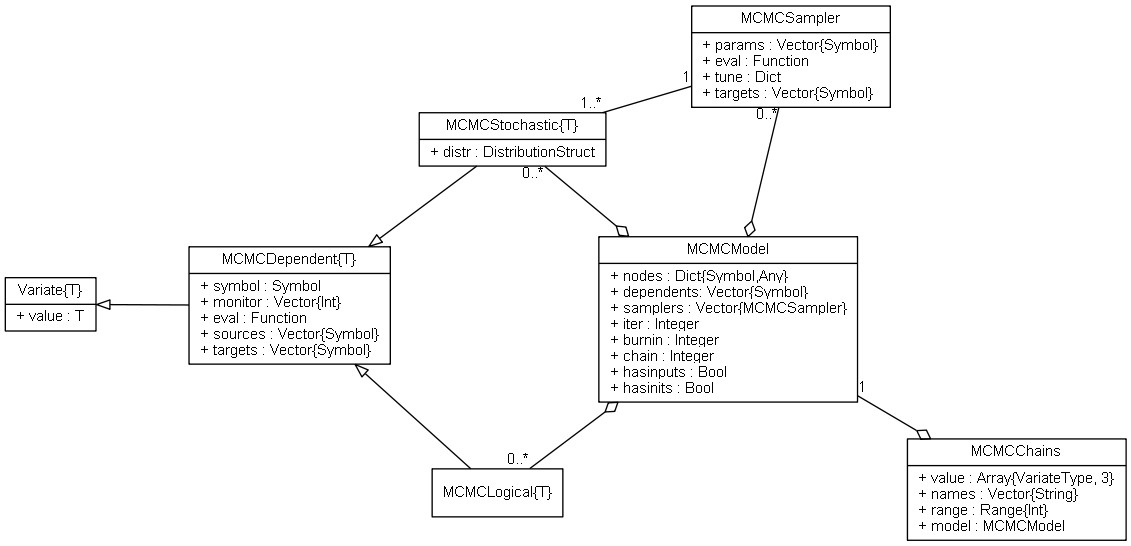
brian-j-smith/Mamba.jl keeps this Graphviz diagram as doc/images/mcmcUML.png. Above is the earlier version. Its source is kept beside it as doc/images/mcmcUML.dot.
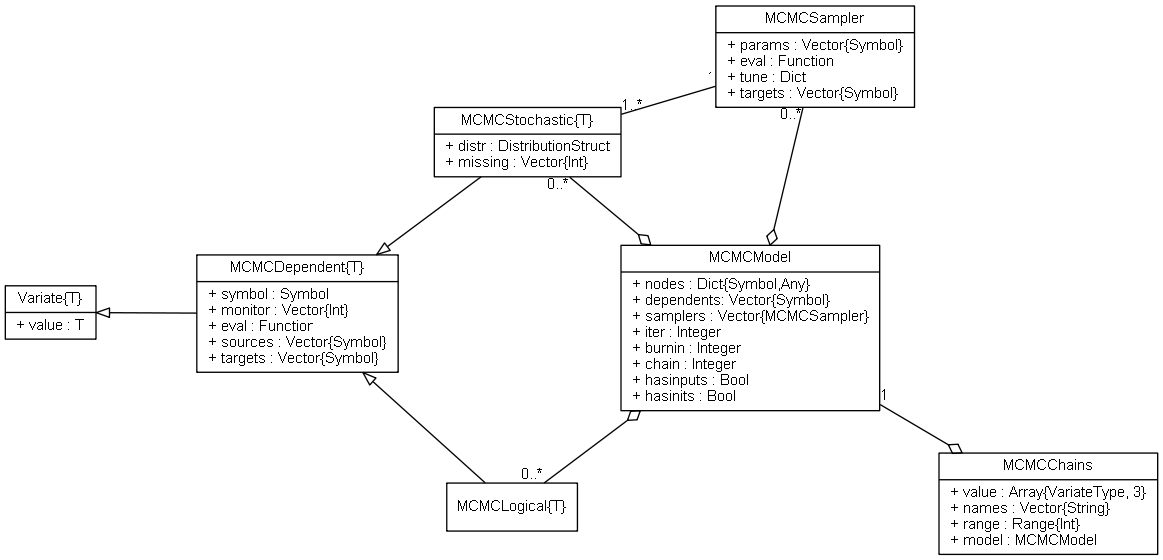
The same file after the commit.

What changed in the source:
```diff
@@ -10,11 +10,11 @@
 
 	Variate [label = "{Variate\{T\}|+ value : T\l}"]
 
-	MCMCDependent [label = "{MCMCDependent\{T\}|+ symbol : Symbol\l+ monitor : Vector\{Int\}\l+ eval : Function\l+ sources : Vector\{Symbol\}\l+ targets : Vector\{Symbol\}\l}"]
+	MCMCDependent [label = "{MCMCDependent\{T\}|+ symbol : Symbol \l+ monitor : Vector\{Int\}\l+ eval : Function\l+ sources : Vector\{Symbol\}\l+ targets : Vector\{Symbol\}\l}"]
 
 	MCMCLogical [label = "{MCMCLogical\{T\}}"]
 
-	MCMCStochastic [label = "{MCMCStochastic\{T\}|+ distr : DistributionStruct\l}"]
+	MCMCStochastic [label = "{MCMCStochastic\{T\}|+ distr : DistributionStruct\l+ missing : Vector\{Int\}\l}"]
 
 	MCMCSampler [label = "{MCMCSampler|+ params : Vector\{Symbol\}\l+ eval : Function\l+ tune : Dict\l+ targets : Vector\{Symbol\}\l}"]
 
```
